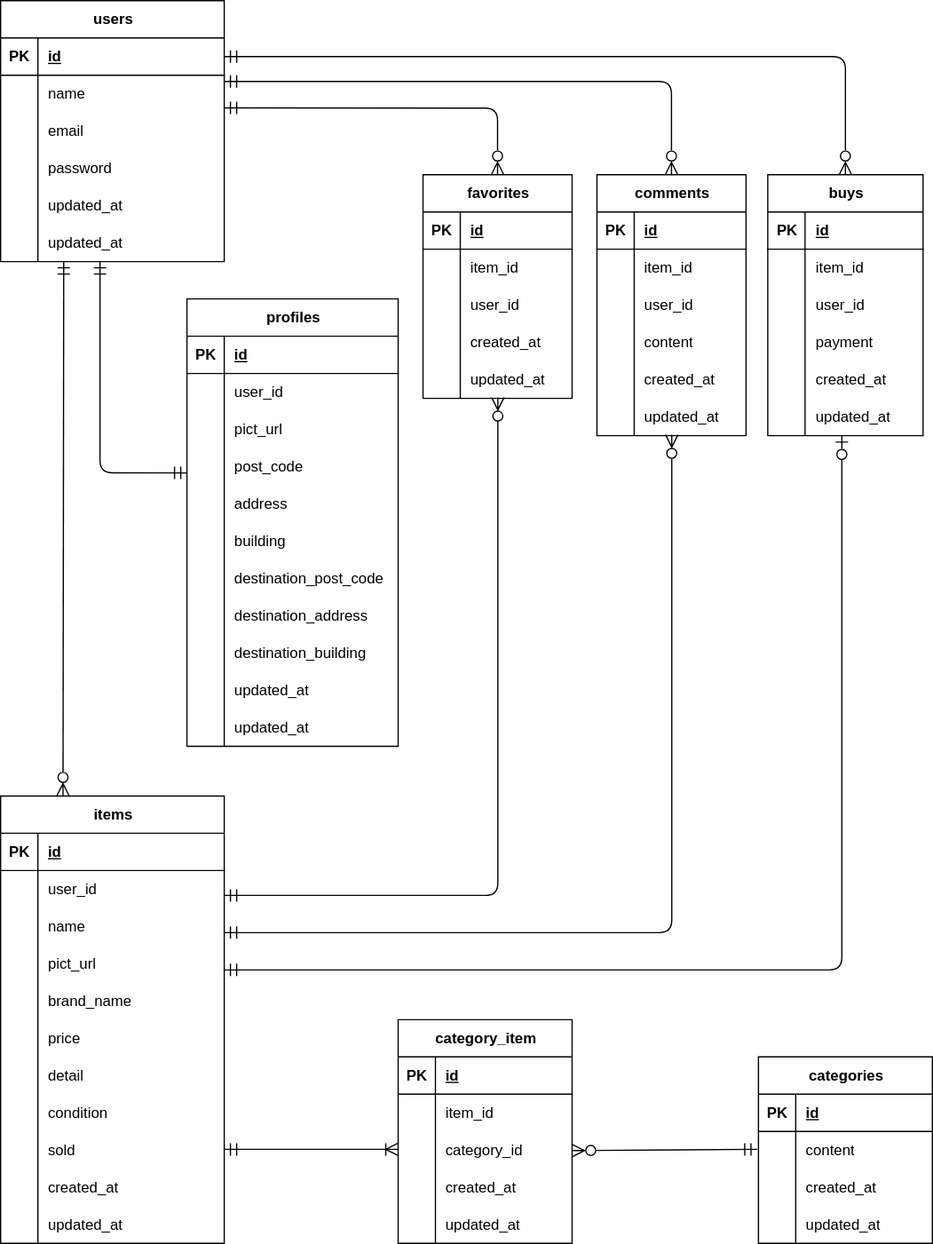
This is src/document/furima.drawio.svg from chatainazara/furima, a draw.io export, as it was before one commit. Source tidied: cells renumbered, new cells last; positions are measured from the earlier drawing's top-left corner, leaving out a move shared by most shapes.
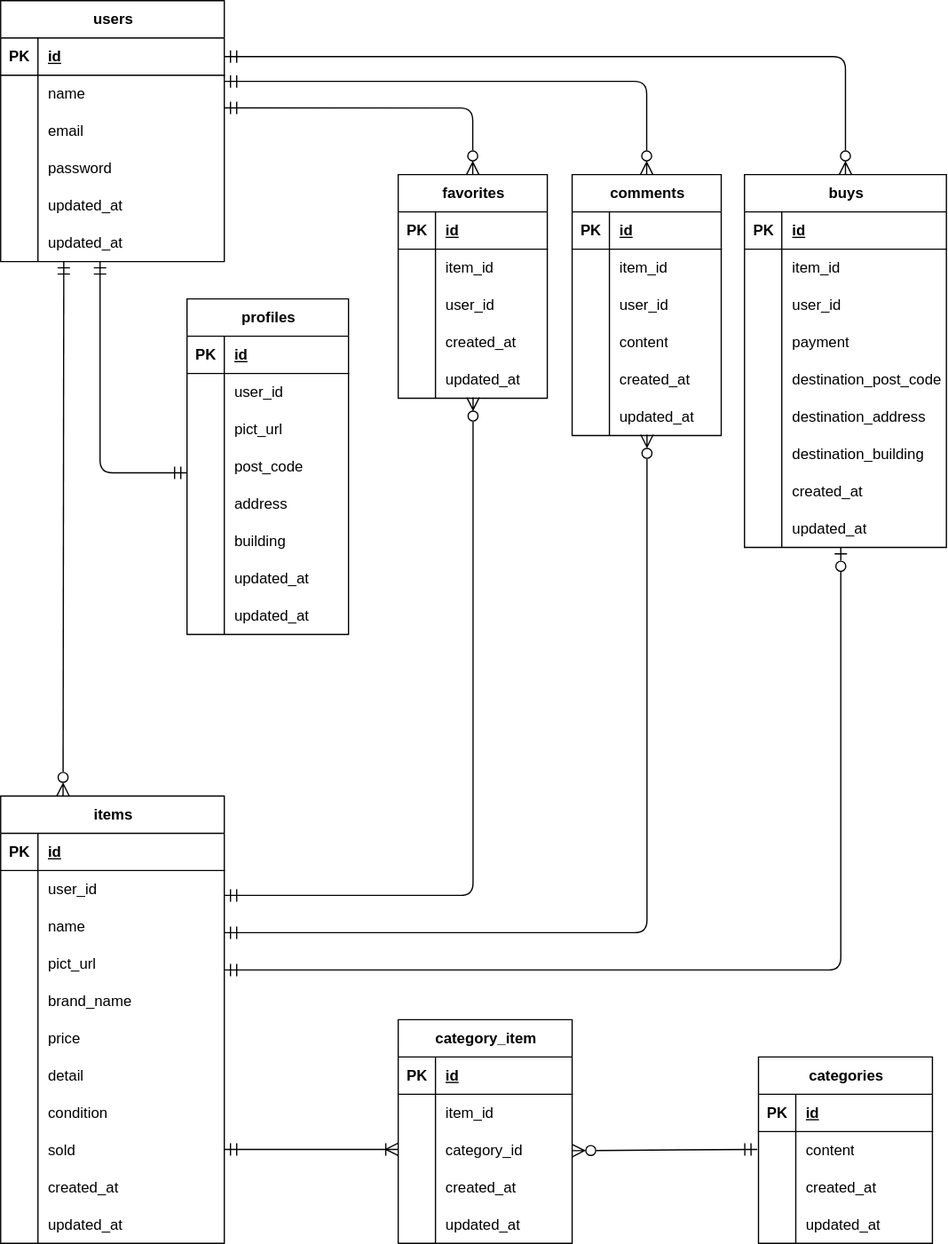
After the commit.

What changed in the source:
```diff
@@ -201,7 +201,7 @@
       <mxGeometry x="30" width="150" height="30" as="geometry" />
     </mxCell>
     <mxCell id="68" value="favorites" style="shape=table;startSize=30;rowLines=0;fontStyle=1;align=center;html=1;" parent="1" vertex="1">
-      <mxGeometry x="340" y="140" width="120" height="180" as="geometry" />
+      <mxGeometry x="320" y="140" width="120" height="180" as="geometry" />
     </mxCell>
     <mxCell id="69" style="shape=tableRow;horizontal=0;startSize=0;swimlaneHead=0;swimlaneBody=0;fillColor=none;top=0;left=0;right=0;bottom=1;" parent="68" vertex="1">
       <mxGeometry y="30" width="120" height="30" as="geometry" />
@@ -249,7 +249,7 @@
       <mxGeometry x="30" width="90" height="30" as="geometry" />
     </mxCell>
     <mxCell id="84" value="comments" style="shape=table;startSize=30;rowLines=0;fontStyle=1;align=center;html=1;" parent="1" vertex="1">
-      <mxGeometry x="480" y="140" width="120" height="210" as="geometry" />
+      <mxGeometry x="460" y="140" width="120" height="210" as="geometry" />
     </mxCell>
     <mxCell id="85" style="shape=tableRow;horizontal=0;startSize=0;swimlaneHead=0;swimlaneBody=0;fillColor=none;top=0;left=0;right=0;bottom=1;" parent="84" vertex="1">
       <mxGeometry y="30" width="120" height="30" as="geometry" />
@@ -306,61 +306,88 @@
       <mxGeometry x="30" width="90" height="30" as="geometry" />
     </mxCell>
     <mxCell id="103" value="buys" style="shape=table;startSize=30;rowLines=0;fontStyle=1;align=center;html=1;" parent="1" vertex="1">
-      <mxGeometry x="617.5" y="140" width="125" height="210" as="geometry" />
+      <mxGeometry x="598.8" y="140" width="162.5" height="300" as="geometry" />
     </mxCell>
     <mxCell id="104" style="shape=tableRow;horizontal=0;startSize=0;swimlaneHead=0;swimlaneBody=0;fillColor=none;top=0;left=0;right=0;bottom=1;" parent="103" vertex="1">
-      <mxGeometry y="30" width="125" height="30" as="geometry" />
+      <mxGeometry y="30" width="162.5" height="30" as="geometry" />
     </mxCell>
     <mxCell id="105" value="PK" style="shape=partialRectangle;fillColor=none;top=0;left=0;bottom=0;right=0;fontStyle=1;overflow=hidden;whiteSpace=wrap;html=1;" parent="104" vertex="1">
       <mxGeometry width="30" height="30" as="geometry" />
     </mxCell>
     <mxCell id="106" value="id" style="shape=partialRectangle;fillColor=none;top=0;left=0;bottom=0;right=0;align=left;spacingLeft=6;fontStyle=5;overflow=hidden;whiteSpace=wrap;html=1;" parent="104" vertex="1">
-      <mxGeometry x="30" width="95" height="30" as="geometry" />
+      <mxGeometry x="30" width="132.5" height="30" as="geometry" />
     </mxCell>
     <mxCell id="107" style="shape=tableRow;horizontal=0;startSize=0;swimlaneHead=0;swimlaneBody=0;fillColor=none;top=0;left=0;right=0;bottom=0;" parent="103" vertex="1">
-      <mxGeometry y="60" width="125" height="30" as="geometry" />
+      <mxGeometry y="60" width="162.5" height="30" as="geometry" />
     </mxCell>
     <mxCell id="108" style="shape=partialRectangle;fillColor=none;top=0;left=0;bottom=0;right=0;overflow=hidden;whiteSpace=wrap;html=1;" parent="107" vertex="1">
       <mxGeometry width="30" height="30" as="geometry" />
     </mxCell>
     <mxCell id="109" value="item_id" style="shape=partialRectangle;fillColor=none;top=0;left=0;bottom=0;right=0;align=left;spacingLeft=6;overflow=hidden;whiteSpace=wrap;html=1;" parent="107" vertex="1">
-      <mxGeometry x="30" width="95" height="30" as="geometry" />
+      <mxGeometry x="30" width="132.5" height="30" as="geometry" />
     </mxCell>
     <mxCell id="110" style="shape=tableRow;horizontal=0;startSize=0;swimlaneHead=0;swimlaneBody=0;fillColor=none;top=0;left=0;right=0;bottom=0;" parent="103" vertex="1">
-      <mxGeometry y="90" width="125" height="30" as="geometry" />
+      <mxGeometry y="90" width="162.5" height="30" as="geometry" />
     </mxCell>
     <mxCell id="111" style="shape=partialRectangle;fillColor=none;top=0;left=0;bottom=0;right=0;overflow=hidden;whiteSpace=wrap;html=1;" parent="110" vertex="1">
       <mxGeometry width="30" height="30" as="geometry" />
     </mxCell>
     <mxCell id="112" value="user_id" style="shape=partialRectangle;fillColor=none;top=0;left=0;bottom=0;right=0;align=left;spacingLeft=6;overflow=hidden;whiteSpace=wrap;html=1;" parent="110" vertex="1">
-      <mxGeometry x="30" width="95" height="30" as="geometry" />
+      <mxGeometry x="30" width="132.5" height="30" as="geometry" />
     </mxCell>
     <mxCell id="113" style="shape=tableRow;horizontal=0;startSize=0;swimlaneHead=0;swimlaneBody=0;fillColor=none;top=0;left=0;right=0;bottom=0;" parent="103" vertex="1">
-      <mxGeometry y="120" width="125" height="30" as="geometry" />
+      <mxGeometry y="120" width="162.5" height="30" as="geometry" />
     </mxCell>
     <mxCell id="114" style="shape=partialRectangle;fillColor=none;top=0;left=0;bottom=0;right=0;overflow=hidden;whiteSpace=wrap;html=1;" parent="113" vertex="1">
       <mxGeometry width="30" height="30" as="geometry" />
     </mxCell>
     <mxCell id="115" value="payment" style="shape=partialRectangle;fillColor=none;top=0;left=0;bottom=0;right=0;align=left;spacingLeft=6;overflow=hidden;whiteSpace=wrap;html=1;" parent="113" vertex="1">
-      <mxGeometry x="30" width="95" height="30" as="geometry" />
+      <mxGeometry x="30" width="132.5" height="30" as="geometry" />
     </mxCell>
+    <mxCell id="182" style="shape=tableRow;horizontal=0;startSize=0;swimlaneHead=0;swimlaneBody=0;fillColor=none;top=0;left=0;right=0;bottom=0;" parent="103" vertex="1">
+      <mxGeometry y="150" width="162.5" height="30" as="geometry" />
+    </mxCell>
+    <mxCell id="183" style="shape=partialRectangle;fillColor=none;top=0;left=0;bottom=0;right=0;overflow=hidden;whiteSpace=wrap;html=1;" parent="182" vertex="1">
+      <mxGeometry width="30" height="30" as="geometry" />
+    </mxCell>
+    <mxCell id="168" value="destination_post_code" style="shape=partialRectangle;fillColor=none;top=0;left=0;bottom=0;right=0;align=left;spacingLeft=6;overflow=hidden;whiteSpace=wrap;html=1;" parent="182" vertex="1">
+      <mxGeometry x="30" width="132.5" height="30" as="geometry" />
+    </mxCell>
+    <mxCell id="184" style="shape=tableRow;horizontal=0;startSize=0;swimlaneHead=0;swimlaneBody=0;fillColor=none;top=0;left=0;right=0;bottom=0;" parent="103" vertex="1">
+      <mxGeometry y="180" width="162.5" height="30" as="geometry" />
+    </mxCell>
+    <mxCell id="185" style="shape=partialRectangle;fillColor=none;top=0;left=0;bottom=0;right=0;overflow=hidden;whiteSpace=wrap;html=1;" parent="184" vertex="1">
+      <mxGeometry width="30" height="30" as="geometry" />
+    </mxCell>
+    <mxCell id="171" value="destination_address" style="shape=partialRectangle;fillColor=none;top=0;left=0;bottom=0;right=0;align=left;spacingLeft=6;overflow=hidden;whiteSpace=wrap;html=1;" parent="184" vertex="1">
+      <mxGeometry x="30" width="132.5" height="30" as="geometry" />
+    </mxCell>
+    <mxCell id="186" style="shape=tableRow;horizontal=0;startSize=0;swimlaneHead=0;swimlaneBody=0;fillColor=none;top=0;left=0;right=0;bottom=0;" parent="103" vertex="1">
+      <mxGeometry y="210" width="162.5" height="30" as="geometry" />
+    </mxCell>
+    <mxCell id="187" style="shape=partialRectangle;fillColor=none;top=0;left=0;bottom=0;right=0;overflow=hidden;whiteSpace=wrap;html=1;" parent="186" vertex="1">
+      <mxGeometry width="30" height="30" as="geometry" />
+    </mxCell>
+    <mxCell id="174" value="destination_building" style="shape=partialRectangle;fillColor=none;top=0;left=0;bottom=0;right=0;align=left;spacingLeft=6;overflow=hidden;whiteSpace=wrap;html=1;" parent="186" vertex="1">
+      <mxGeometry x="30" width="132.5" height="30" as="geometry" />
+    </mxCell>
     <mxCell id="116" style="shape=tableRow;horizontal=0;startSize=0;swimlaneHead=0;swimlaneBody=0;fillColor=none;top=0;left=0;right=0;bottom=0;" parent="103" vertex="1">
-      <mxGeometry y="150" width="125" height="30" as="geometry" />
+      <mxGeometry y="240" width="162.5" height="30" as="geometry" />
     </mxCell>
     <mxCell id="117" style="shape=partialRectangle;fillColor=none;top=0;left=0;bottom=0;right=0;overflow=hidden;whiteSpace=wrap;html=1;" parent="116" vertex="1">
       <mxGeometry width="30" height="30" as="geometry" />
     </mxCell>
     <mxCell id="118" value="created_at" style="shape=partialRectangle;fillColor=none;top=0;left=0;bottom=0;right=0;align=left;spacingLeft=6;overflow=hidden;whiteSpace=wrap;html=1;" parent="116" vertex="1">
-      <mxGeometry x="30" width="95" height="30" as="geometry" />
+      <mxGeometry x="30" width="132.5" height="30" as="geometry" />
     </mxCell>
     <mxCell id="119" style="shape=tableRow;horizontal=0;startSize=0;swimlaneHead=0;swimlaneBody=0;fillColor=none;points=[[0,0.5],[1,0.5]];portConstraint=eastwest;top=0;left=0;right=0;bottom=0;" parent="103" vertex="1">
-      <mxGeometry y="180" width="125" height="30" as="geometry" />
+      <mxGeometry y="270" width="162.5" height="30" as="geometry" />
     </mxCell>
     <mxCell id="120" style="shape=partialRectangle;fillColor=none;top=0;left=0;bottom=0;right=0;overflow=hidden;whiteSpace=wrap;html=1;" parent="119" vertex="1">
       <mxGeometry width="30" height="30" as="geometry" />
     </mxCell>
     <mxCell id="121" value="updated_at" style="shape=partialRectangle;fillColor=none;top=0;left=0;bottom=0;right=0;align=left;spacingLeft=6;overflow=hidden;whiteSpace=wrap;html=1;" parent="119" vertex="1">
-      <mxGeometry x="30" width="95" height="30" as="geometry" />
+      <mxGeometry x="30" width="132.5" height="30" as="geometry" />
     </mxCell>
     <mxCell id="122" style="edgeStyle=none;jettySize=auto;html=1;endArrow=ERmandOne;startArrow=ERzeroToMany;endSize=8;startSize=8;startFill=0;endFill=0;exitX=0.279;exitY=0;exitDx=0;exitDy=0;exitPerimeter=0;" parent="1" edge="1" source="2">
       <mxGeometry relative="1" as="geometry">
@@ -476,106 +503,79 @@
       </mxGeometry>
     </mxCell>
     <mxCell id="147" value="profiles" style="shape=table;startSize=30;rowLines=0;fontStyle=1;align=center;html=1;" parent="1" vertex="1">
-      <mxGeometry x="150" y="240" width="170" height="360" as="geometry" />
+      <mxGeometry x="150" y="240" width="130" height="270" as="geometry" />
     </mxCell>
     <mxCell id="148" style="shape=tableRow;horizontal=0;startSize=0;swimlaneHead=0;swimlaneBody=0;fillColor=none;top=0;left=0;right=0;bottom=1;" parent="147" vertex="1">
-      <mxGeometry y="30" width="170" height="30" as="geometry" />
+      <mxGeometry y="30" width="130" height="30" as="geometry" />
     </mxCell>
     <mxCell id="149" value="PK" style="shape=partialRectangle;fillColor=none;top=0;left=0;bottom=0;right=0;fontStyle=1;overflow=hidden;whiteSpace=wrap;html=1;" parent="148" vertex="1">
       <mxGeometry width="30" height="30" as="geometry" />
     </mxCell>
     <mxCell id="150" value="id" style="shape=partialRectangle;fillColor=none;top=0;left=0;bottom=0;right=0;align=left;spacingLeft=6;fontStyle=5;overflow=hidden;whiteSpace=wrap;html=1;" parent="148" vertex="1">
-      <mxGeometry x="30" width="140" height="30" as="geometry" />
+      <mxGeometry x="30" width="100" height="30" as="geometry" />
     </mxCell>
     <mxCell id="151" style="shape=tableRow;horizontal=0;startSize=0;swimlaneHead=0;swimlaneBody=0;fillColor=none;top=0;left=0;right=0;bottom=0;" parent="147" vertex="1">
-      <mxGeometry y="60" width="170" height="30" as="geometry" />
+      <mxGeometry y="60" width="130" height="30" as="geometry" />
     </mxCell>
     <mxCell id="152" style="shape=partialRectangle;fillColor=none;top=0;left=0;bottom=0;right=0;overflow=hidden;whiteSpace=wrap;html=1;" parent="151" vertex="1">
       <mxGeometry width="30" height="30" as="geometry" />
     </mxCell>
     <mxCell id="153" value="user_id" style="shape=partialRectangle;fillColor=none;top=0;left=0;bottom=0;right=0;align=left;spacingLeft=6;overflow=hidden;whiteSpace=wrap;html=1;" parent="151" vertex="1">
-      <mxGeometry x="30" width="140" height="30" as="geometry" />
+      <mxGeometry x="30" width="100" height="30" as="geometry" />
     </mxCell>
     <mxCell id="154" style="shape=tableRow;horizontal=0;startSize=0;swimlaneHead=0;swimlaneBody=0;fillColor=none;top=0;left=0;right=0;bottom=0;" parent="147" vertex="1">
-      <mxGeometry y="90" width="170" height="30" as="geometry" />
+      <mxGeometry y="90" width="130" height="30" as="geometry" />
     </mxCell>
     <mxCell id="155" style="shape=partialRectangle;fillColor=none;top=0;left=0;bottom=0;right=0;overflow=hidden;whiteSpace=wrap;html=1;" parent="154" vertex="1">
       <mxGeometry width="30" height="30" as="geometry" />
     </mxCell>
     <mxCell id="156" value="pict_url" style="shape=partialRectangle;fillColor=none;top=0;left=0;bottom=0;right=0;align=left;spacingLeft=6;overflow=hidden;whiteSpace=wrap;html=1;" parent="154" vertex="1">
-      <mxGeometry x="30" width="140" height="30" as="geometry" />
+      <mxGeometry x="30" width="100" height="30" as="geometry" />
     </mxCell>
     <mxCell id="157" style="shape=tableRow;horizontal=0;startSize=0;swimlaneHead=0;swimlaneBody=0;fillColor=none;points=[[0,0.5],[1,0.5]];portConstraint=eastwest;top=0;left=0;right=0;bottom=0;" parent="147" vertex="1">
-      <mxGeometry y="120" width="170" height="30" as="geometry" />
+      <mxGeometry y="120" width="130" height="30" as="geometry" />
     </mxCell>
     <mxCell id="158" style="shape=partialRectangle;fillColor=none;top=0;left=0;bottom=0;right=0;overflow=hidden;whiteSpace=wrap;html=1;" parent="157" vertex="1">
       <mxGeometry width="30" height="30" as="geometry" />
     </mxCell>
     <mxCell id="159" value="post_code" style="shape=partialRectangle;fillColor=none;top=0;left=0;bottom=0;right=0;align=left;spacingLeft=6;overflow=hidden;whiteSpace=wrap;html=1;" parent="157" vertex="1">
-      <mxGeometry x="30" width="140" height="30" as="geometry" />
+      <mxGeometry x="30" width="100" height="30" as="geometry" />
     </mxCell>
     <mxCell id="160" style="shape=tableRow;horizontal=0;startSize=0;swimlaneHead=0;swimlaneBody=0;fillColor=none;top=0;left=0;right=0;bottom=0;" parent="147" vertex="1">
-      <mxGeometry y="150" width="170" height="30" as="geometry" />
+      <mxGeometry y="150" width="130" height="30" as="geometry" />
     </mxCell>
     <mxCell id="161" style="shape=partialRectangle;fillColor=none;top=0;left=0;bottom=0;right=0;overflow=hidden;whiteSpace=wrap;html=1;" parent="160" vertex="1">
       <mxGeometry width="30" height="30" as="geometry" />
     </mxCell>
     <mxCell id="162" value="address" style="shape=partialRectangle;fillColor=none;top=0;left=0;bottom=0;right=0;align=left;spacingLeft=6;overflow=hidden;whiteSpace=wrap;html=1;" parent="160" vertex="1">
-      <mxGeometry x="30" width="140" height="30" as="geometry" />
+      <mxGeometry x="30" width="100" height="30" as="geometry" />
     </mxCell>
     <mxCell id="163" style="shape=tableRow;horizontal=0;startSize=0;swimlaneHead=0;swimlaneBody=0;fillColor=none;top=0;left=0;right=0;bottom=0;" parent="147" vertex="1">
-      <mxGeometry y="180" width="170" height="30" as="geometry" />
+      <mxGeometry y="180" width="130" height="30" as="geometry" />
     </mxCell>
     <mxCell id="164" style="shape=partialRectangle;fillColor=none;top=0;left=0;bottom=0;right=0;overflow=hidden;whiteSpace=wrap;html=1;" parent="163" vertex="1">
       <mxGeometry width="30" height="30" as="geometry" />
     </mxCell>
     <mxCell id="165" value="building" style="shape=partialRectangle;fillColor=none;top=0;left=0;bottom=0;right=0;align=left;spacingLeft=6;overflow=hidden;whiteSpace=wrap;html=1;" parent="163" vertex="1">
-      <mxGeometry x="30" width="140" height="30" as="geometry" />
+      <mxGeometry x="30" width="100" height="30" as="geometry" />
     </mxCell>
-    <mxCell id="166" style="shape=tableRow;horizontal=0;startSize=0;swimlaneHead=0;swimlaneBody=0;fillColor=none;top=0;left=0;right=0;bottom=0;" parent="147" vertex="1">
-      <mxGeometry y="210" width="170" height="30" as="geometry" />
-    </mxCell>
-    <mxCell id="167" style="shape=partialRectangle;fillColor=none;top=0;left=0;bottom=0;right=0;overflow=hidden;whiteSpace=wrap;html=1;" parent="166" vertex="1">
-      <mxGeometry width="30" height="30" as="geometry" />
-    </mxCell>
-    <mxCell id="168" value="destination_post_code" style="shape=partialRectangle;fillColor=none;top=0;left=0;bottom=0;right=0;align=left;spacingLeft=6;overflow=hidden;whiteSpace=wrap;html=1;" parent="166" vertex="1">
-      <mxGeometry x="30" width="140" height="30" as="geometry" />
-    </mxCell>
-    <mxCell id="169" style="shape=tableRow;horizontal=0;startSize=0;swimlaneHead=0;swimlaneBody=0;fillColor=none;top=0;left=0;right=0;bottom=0;" parent="147" vertex="1">
-      <mxGeometry y="240" width="170" height="30" as="geometry" />
-    </mxCell>
-    <mxCell id="170" style="shape=partialRectangle;fillColor=none;top=0;left=0;bottom=0;right=0;overflow=hidden;whiteSpace=wrap;html=1;" parent="169" vertex="1">
-      <mxGeometry width="30" height="30" as="geometry" />
-    </mxCell>
-    <mxCell id="171" value="destination_address" style="shape=partialRectangle;fillColor=none;top=0;left=0;bottom=0;right=0;align=left;spacingLeft=6;overflow=hidden;whiteSpace=wrap;html=1;" parent="169" vertex="1">
-      <mxGeometry x="30" width="140" height="30" as="geometry" />
-    </mxCell>
-    <mxCell id="172" style="shape=tableRow;horizontal=0;startSize=0;swimlaneHead=0;swimlaneBody=0;fillColor=none;top=0;left=0;right=0;bottom=0;" parent="147" vertex="1">
-      <mxGeometry y="270" width="170" height="30" as="geometry" />
-    </mxCell>
-    <mxCell id="173" style="shape=partialRectangle;fillColor=none;top=0;left=0;bottom=0;right=0;overflow=hidden;whiteSpace=wrap;html=1;" parent="172" vertex="1">
-      <mxGeometry width="30" height="30" as="geometry" />
-    </mxCell>
-    <mxCell id="174" value="destination_building" style="shape=partialRectangle;fillColor=none;top=0;left=0;bottom=0;right=0;align=left;spacingLeft=6;overflow=hidden;whiteSpace=wrap;html=1;" parent="172" vertex="1">
-      <mxGeometry x="30" width="140" height="30" as="geometry" />
-    </mxCell>
     <mxCell id="175" style="shape=tableRow;horizontal=0;startSize=0;swimlaneHead=0;swimlaneBody=0;fillColor=none;top=0;left=0;right=0;bottom=0;" parent="147" vertex="1">
-      <mxGeometry y="300" width="170" height="30" as="geometry" />
+      <mxGeometry y="210" width="130" height="30" as="geometry" />
     </mxCell>
     <mxCell id="176" style="shape=partialRectangle;fillColor=none;top=0;left=0;bottom=0;right=0;overflow=hidden;whiteSpace=wrap;html=1;" parent="175" vertex="1">
       <mxGeometry width="30" height="30" as="geometry" />
     </mxCell>
     <mxCell id="177" value="updated_at" style="shape=partialRectangle;fillColor=none;top=0;left=0;bottom=0;right=0;align=left;spacingLeft=6;overflow=hidden;whiteSpace=wrap;html=1;" parent="175" vertex="1">
-      <mxGeometry x="30" width="140" height="30" as="geometry" />
+      <mxGeometry x="30" width="100" height="30" as="geometry" />
     </mxCell>
     <mxCell id="178" style="shape=tableRow;horizontal=0;startSize=0;swimlaneHead=0;swimlaneBody=0;fillColor=none;top=0;left=0;right=0;bottom=0;" parent="147" vertex="1">
-      <mxGeometry y="330" width="170" height="30" as="geometry" />
+      <mxGeometry y="240" width="130" height="30" as="geometry" />
     </mxCell>
     <mxCell id="179" style="shape=partialRectangle;fillColor=none;top=0;left=0;bottom=0;right=0;overflow=hidden;whiteSpace=wrap;html=1;" parent="178" vertex="1">
       <mxGeometry width="30" height="30" as="geometry" />
     </mxCell>
     <mxCell id="180" value="updated_at" style="shape=partialRectangle;fillColor=none;top=0;left=0;bottom=0;right=0;align=left;spacingLeft=6;overflow=hidden;whiteSpace=wrap;html=1;" parent="178" vertex="1">
-      <mxGeometry x="30" width="140" height="30" as="geometry" />
+      <mxGeometry x="30" width="100" height="30" as="geometry" />
     </mxCell>
     <mxCell id="181" style="edgeStyle=none;html=1;exitX=0;exitY=0.667;exitDx=0;exitDy=0;exitPerimeter=0;startArrow=ERmandOne;startFill=0;endArrow=ERmandOne;endFill=0;startSize=8;endSize=8;" parent="1" edge="1" source="157">
       <mxGeometry relative="1" as="geometry">
```
